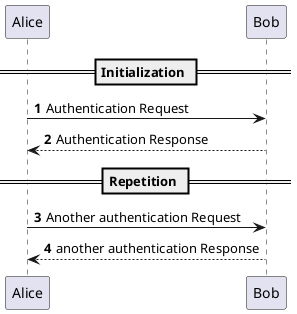
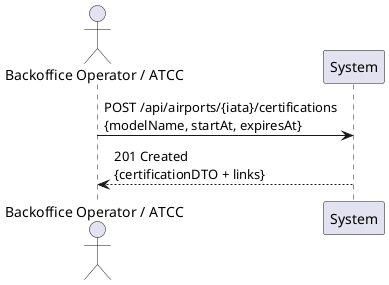
- @startuml
- 'https://plantuml.com/sequence-diagram
+ @startuml SSD_US106a_AddCertification

- autonumber
+ actor "Backoffice Operator / ATCC" as USER
+ participant "System" as SYS

- == Initialization ==
+ USER -> SYS : POST /api/airports/{iata}/certifications\n{modelName, startAt, expiresAt}
+ SYS --> USER : 201 Created\n{certificationDTO + links}

- Alice -> Bob: Authentication Request
- Bob --> Alice: Authentication Response
- 
- == Repetition ==
- 
- Alice -> Bob: Another authentication Request
- Alice <-- Bob: another authentication Response
- @enduml+ @enduml
